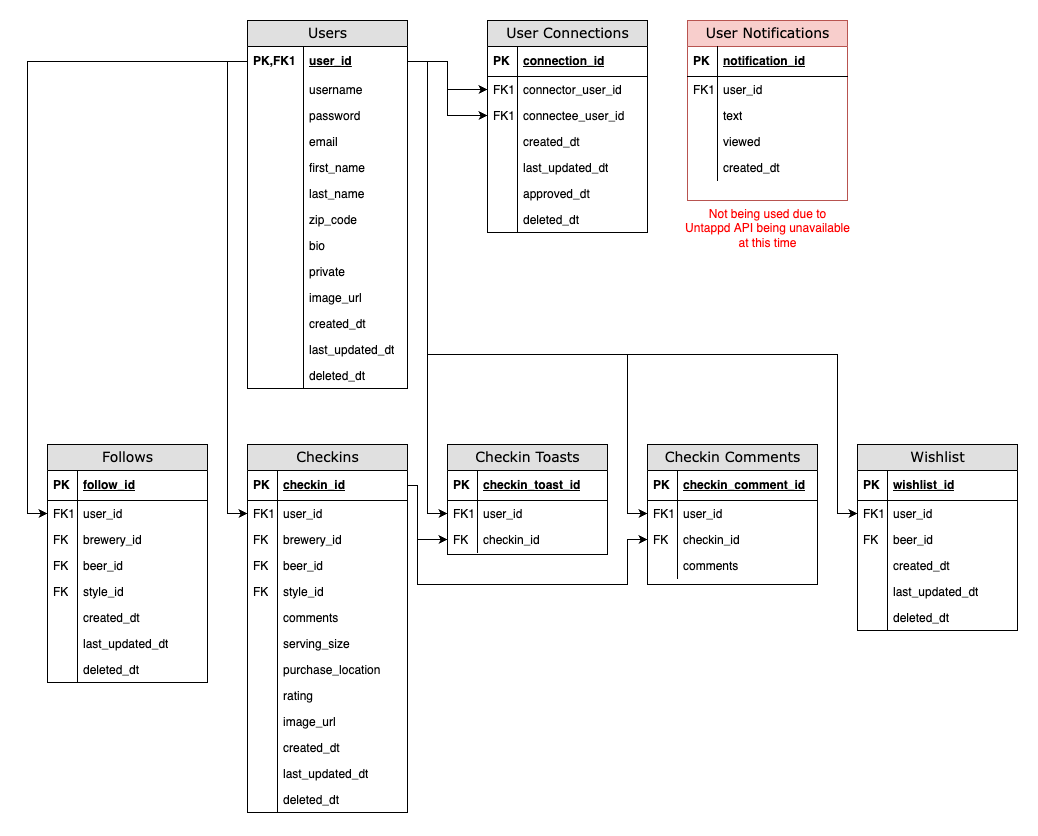
Earlier version of the draw.io export Hopps Hunter DB Schema.png (shaunwo/hopps-hunter). Source tidied: cells renumbered, new cells last; positions are measured from the earlier drawing's top-left corner, leaving out a move shared by most shapes.
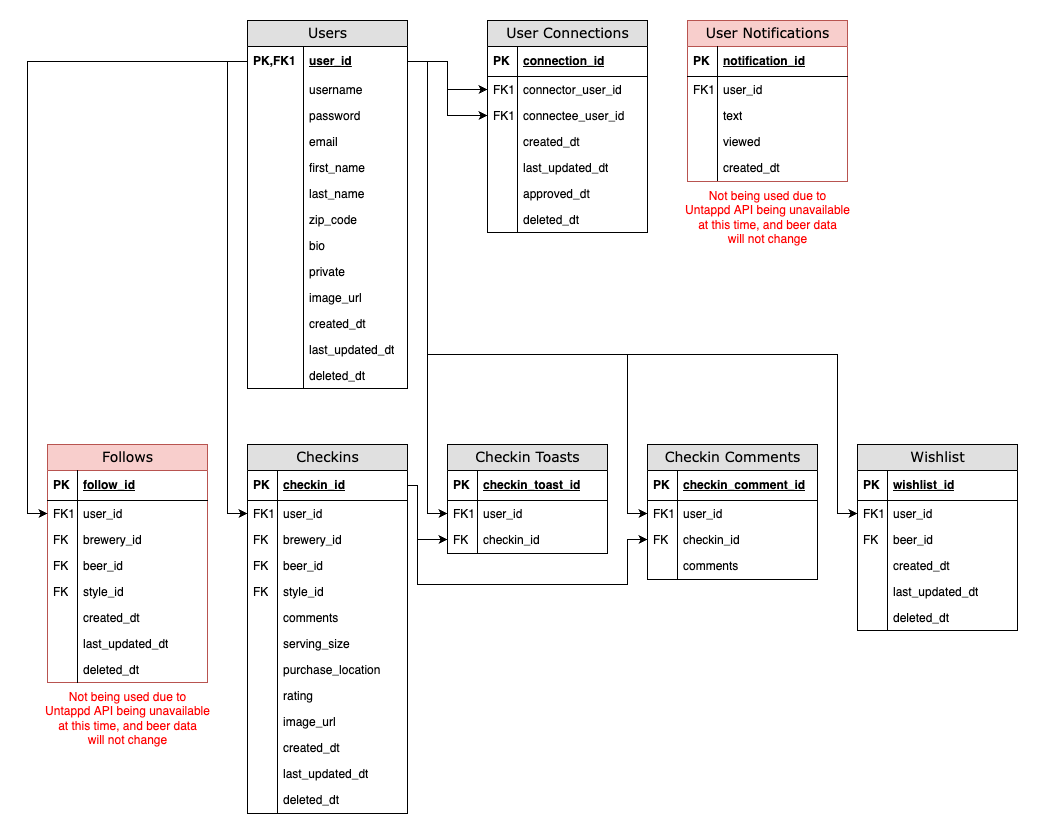
After the commit.

Commit message:
One more small tweak to DB schema diagram

The edit, as a diff of the source:
```diff
@@ -84,7 +84,7 @@
       <mxGeometry width="56" height="26" as="geometry" />
     </mxCell>
     <mxCell id="29" value="Checkins" style="swimlane;html=1;fontStyle=0;horizontal=1;startSize=26;fillColor=#e0e0e0;swimlaneFillColor=#ffffff;align=center;rounded=0;shadow=0;comic=0;labelBackgroundColor=none;strokeWidth=1;fontFamily=Verdana;fontSize=14;" parent="1" vertex="1">
-      <mxGeometry x="200" y="424" width="160" height="368" as="geometry" />
+      <mxGeometry x="200" y="424" width="160" height="369" as="geometry" />
     </mxCell>
     <mxCell id="30" value="checkin_id" style="shape=partialRectangle;top=0;left=0;right=0;bottom=1;html=1;align=left;verticalAlign=middle;fillColor=none;spacingLeft=34;spacingRight=4;whiteSpace=wrap;overflow=hidden;points=[[0,0.5],[1,0.5]];portConstraint=eastwest;fontStyle=5;" parent="29" vertex="1">
       <mxGeometry y="26" width="160" height="30" as="geometry" />
@@ -164,7 +164,7 @@
     <mxCell id="55" style="shape=partialRectangle;top=0;left=0;bottom=0;html=1;fillColor=none;align=left;verticalAlign=top;spacingLeft=4;spacingRight=4;whiteSpace=wrap;overflow=hidden;" parent="54" vertex="1">
       <mxGeometry width="30" height="26" as="geometry" />
     </mxCell>
-    <mxCell id="56" value="Follows" style="swimlane;html=1;fontStyle=0;horizontal=1;startSize=26;fillColor=#e0e0e0;swimlaneFillColor=#ffffff;align=center;rounded=0;shadow=0;comic=0;labelBackgroundColor=none;strokeWidth=1;fontFamily=Verdana;fontSize=14;swimlaneLine=1;" parent="1" vertex="1">
+    <mxCell id="56" value="Follows" style="swimlane;html=1;fontStyle=0;horizontal=1;startSize=26;fillColor=#f8cecc;swimlaneFillColor=#ffffff;align=center;rounded=0;shadow=0;comic=0;labelBackgroundColor=none;strokeWidth=1;fontFamily=Verdana;fontSize=14;swimlaneLine=1;strokeColor=#b85450;" parent="1" vertex="1">
       <mxGeometry y="424" width="160" height="238" as="geometry" />
     </mxCell>
     <mxCell id="57" value="follow_id" style="shape=partialRectangle;top=0;left=0;right=0;bottom=1;html=1;align=left;verticalAlign=middle;fillColor=none;spacingLeft=34;spacingRight=4;whiteSpace=wrap;overflow=hidden;fontStyle=5;" parent="56" vertex="1">
@@ -336,7 +336,7 @@
       <mxGeometry relative="1" as="geometry" />
     </mxCell>
     <mxCell id="107" value="User Notifications" style="swimlane;html=1;fontStyle=0;horizontal=1;startSize=26;fillColor=#f8cecc;swimlaneFillColor=#ffffff;align=center;rounded=0;shadow=0;comic=0;labelBackgroundColor=none;strokeWidth=1;fontFamily=Verdana;fontSize=14;swimlaneLine=1;strokeColor=#b85450;" parent="1" vertex="1">
-      <mxGeometry x="640" width="160" height="180" as="geometry" />
+      <mxGeometry x="640" width="160" height="161" as="geometry" />
     </mxCell>
     <mxCell id="108" value="notification_id" style="shape=partialRectangle;top=0;left=0;right=0;bottom=1;html=1;align=left;verticalAlign=middle;fillColor=none;spacingLeft=34;spacingRight=4;whiteSpace=wrap;overflow=hidden;fontStyle=5;" parent="107" vertex="1">
       <mxGeometry y="26" width="160" height="30" as="geometry" />
@@ -369,7 +369,7 @@
       <mxGeometry width="30" height="26" as="geometry" />
     </mxCell>
     <mxCell id="118" value="Checkin Toasts" style="swimlane;html=1;fontStyle=0;horizontal=1;startSize=26;fillColor=#e0e0e0;swimlaneFillColor=#ffffff;align=center;rounded=0;shadow=0;comic=0;labelBackgroundColor=none;strokeWidth=1;fontFamily=Verdana;fontSize=14;swimlaneLine=1;" parent="1" vertex="1">
-      <mxGeometry x="400" y="424" width="160" height="110" as="geometry" />
+      <mxGeometry x="400" y="424" width="160" height="109" as="geometry" />
     </mxCell>
     <mxCell id="119" value="checkin_toast_id" style="shape=partialRectangle;top=0;left=0;right=0;bottom=1;html=1;align=left;verticalAlign=middle;fillColor=none;spacingLeft=34;spacingRight=4;whiteSpace=wrap;overflow=hidden;fontStyle=5;" parent="118" vertex="1">
       <mxGeometry y="26" width="160" height="30" as="geometry" />
@@ -398,7 +398,7 @@
       </mxGeometry>
     </mxCell>
     <mxCell id="126" value="Checkin Comments" style="swimlane;html=1;fontStyle=0;horizontal=1;startSize=26;fillColor=#e0e0e0;swimlaneFillColor=#ffffff;align=center;rounded=0;shadow=0;comic=0;labelBackgroundColor=none;strokeWidth=1;fontFamily=Verdana;fontSize=14;swimlaneLine=1;" parent="1" vertex="1">
-      <mxGeometry x="600" y="424" width="170" height="140" as="geometry" />
+      <mxGeometry x="600" y="424" width="170" height="135" as="geometry" />
     </mxCell>
     <mxCell id="127" value="checkin_comment_id" style="shape=partialRectangle;top=0;left=0;right=0;bottom=1;html=1;align=left;verticalAlign=middle;fillColor=none;spacingLeft=34;spacingRight=4;whiteSpace=wrap;overflow=hidden;fontStyle=5;" parent="126" vertex="1">
       <mxGeometry y="26" width="170" height="30" as="geometry" />
@@ -424,8 +424,8 @@
     <mxCell id="134" style="shape=partialRectangle;top=0;left=0;bottom=0;html=1;fillColor=none;align=left;verticalAlign=top;spacingLeft=4;spacingRight=4;whiteSpace=wrap;overflow=hidden;" parent="133" vertex="1">
       <mxGeometry width="30" height="26" as="geometry" />
     </mxCell>
-    <mxCell id="135" value="&lt;font color=&quot;#ff0000&quot;&gt;Not being used due to&lt;br&gt;Untappd API being unavailable&lt;br&gt;at this time&lt;/font&gt;" style="text;html=1;align=center;verticalAlign=middle;fillColor=none;strokeColor=none;rounded=0;" parent="1" vertex="1">
-      <mxGeometry x="625" y="178" width="190" height="60" as="geometry" />
+    <mxCell id="135" value="&lt;font color=&quot;#ff0000&quot;&gt;Not being used due to&lt;br&gt;Untappd API being unavailable&lt;br&gt;at this time, and beer data&lt;br&gt;will not change&lt;br&gt;&lt;/font&gt;" style="text;html=1;align=center;verticalAlign=middle;fillColor=none;strokeColor=none;rounded=0;" parent="1" vertex="1">
+      <mxGeometry x="625" y="158" width="190" height="78" as="geometry" />
     </mxCell>
     <mxCell id="136" style="edgeStyle=orthogonalEdgeStyle;rounded=0;jettySize=auto;html=1;exitX=1;exitY=0.5;exitDx=0;exitDy=0;entryX=0;entryY=0.5;entryDx=0;entryDy=0;fontColor=#FF0000;" parent="1" edge="1" source="3" target="129">
       <mxGeometry relative="1" as="geometry">
@@ -447,5 +447,8 @@
         </Array>
       </mxGeometry>
     </mxCell>
+    <mxCell id="138" value="&lt;font color=&quot;#ff0000&quot;&gt;Not being used due to&lt;br&gt;Untappd API being unavailable&lt;br&gt;at this time, and beer data&lt;br&gt;will not change&lt;br&gt;&lt;/font&gt;" style="text;html=1;align=center;verticalAlign=middle;fillColor=none;strokeColor=none;rounded=0;" parent="1" vertex="1">
+      <mxGeometry x="-15" y="659" width="190" height="77" as="geometry" />
+    </mxCell>
   </root>
 </mxGraphModel>
```
